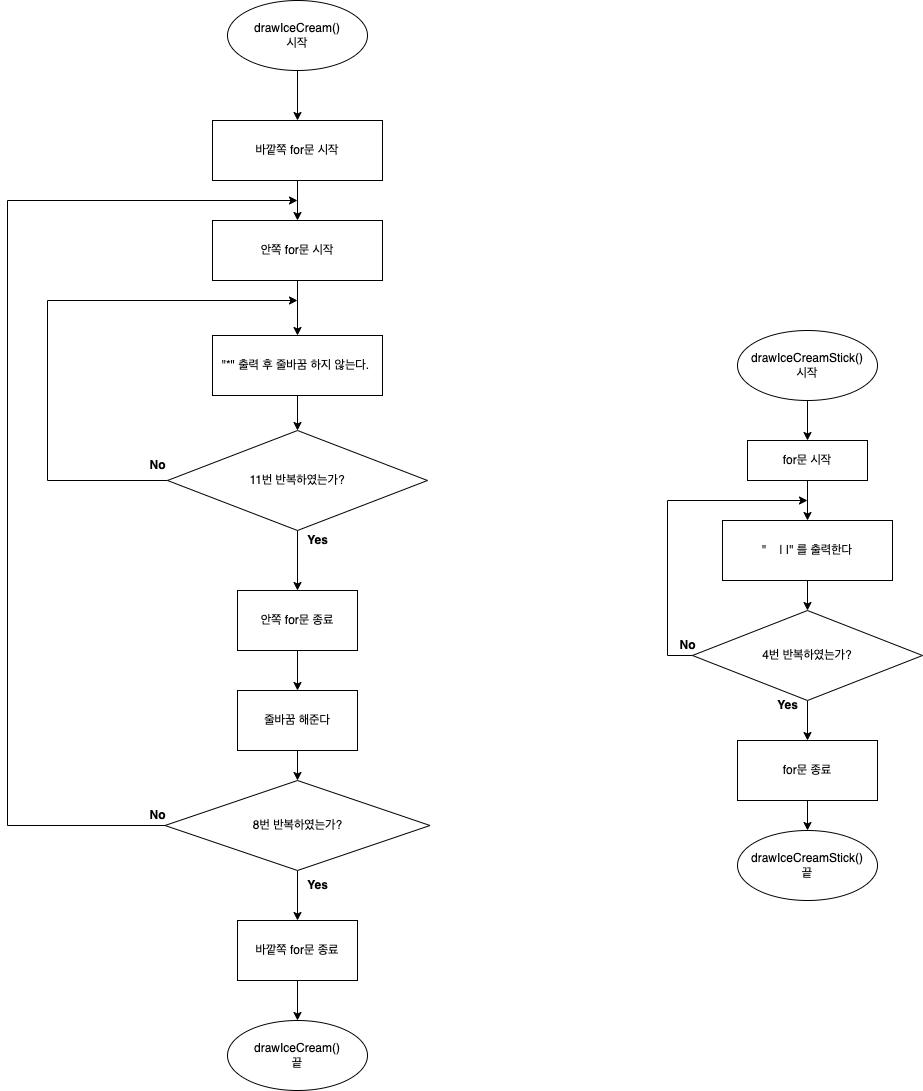
Earlier version of the draw.io export CodeStarterCamp_Week1/step2순서도.png (yagom-academy/swift-starter-Round1). Source tidied: cells renumbered, new cells last; positions are measured from the earlier drawing's top-left corner, leaving out a move shared by most shapes.
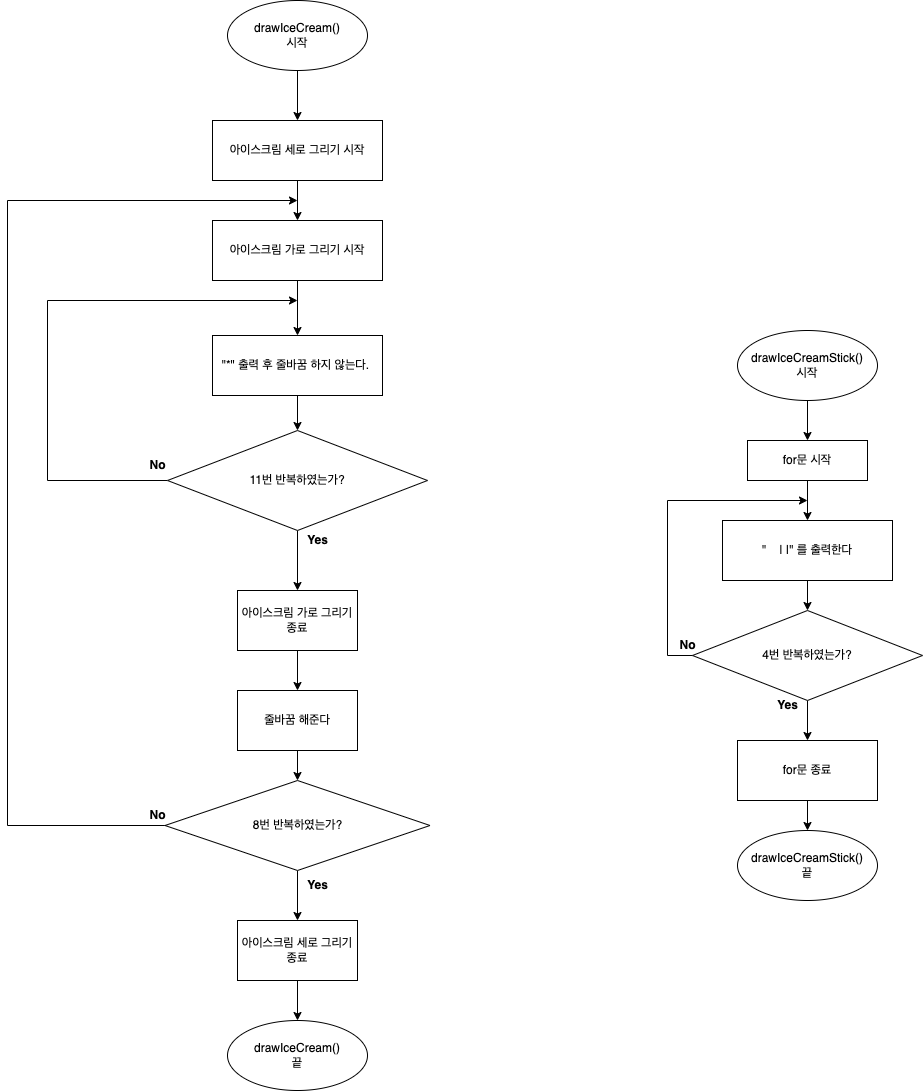
Above is the later version.

Commit message:
Step3, step2순서도 수정

The edit, as a diff of the source:
```diff
@@ -2,9 +2,9 @@
   <root>
     <mxCell id="0" />
     <mxCell id="1" parent="0" />
-    <mxCell id="2" style="edgeStyle=orthogonalEdgeStyle;rounded=0;jettySize=auto;html=1;exitX=0.5;exitY=1;exitDx=0;exitDy=0;entryX=0.5;entryY=0;entryDx=0;entryDy=0;" parent="1" edge="1" source="3" target="32">
-      <mxGeometry relative="1" as="geometry" />
-    </mxCell>
+    <mxCell id="41" style="edgeStyle=orthogonalEdgeStyle;rounded=0;jettySize=auto;html=1;exitX=0.5;exitY=1;exitDx=0;exitDy=0;entryX=0.5;entryY=0;entryDx=0;entryDy=0;" parent="1" edge="1" source="3" target="54">
+      <mxGeometry relative="1" as="geometry" />
+    </mxCell>
     <mxCell id="3" value="drawIceCream()&lt;br&gt;시작" style="ellipse;whiteSpace=wrap;html=1;" parent="1" vertex="1">
       <mxGeometry x="220" width="140" height="70" as="geometry" />
     </mxCell>
@@ -14,46 +14,46 @@
     <mxCell id="5" value="&quot;*&quot; 출력 후 줄바꿈 하지 않는다.&amp;nbsp;" style="whiteSpace=wrap;html=1;rounded=0;" parent="1" vertex="1">
       <mxGeometry x="205" y="335" width="170" height="60" as="geometry" />
     </mxCell>
-    <mxCell id="6" style="edgeStyle=orthogonalEdgeStyle;rounded=0;jettySize=auto;html=1;exitX=0;exitY=0.5;exitDx=0;exitDy=0;" parent="1" edge="1" source="8">
-      <mxGeometry relative="1" as="geometry">
-        <mxPoint x="290" y="300" as="targetPoint" />
-        <Array as="points">
-          <mxPoint x="40" y="480" />
-          <mxPoint x="40" y="300" />
-        </Array>
-      </mxGeometry>
-    </mxCell>
-    <mxCell id="7" style="edgeStyle=orthogonalEdgeStyle;rounded=0;jettySize=auto;html=1;entryX=0.5;entryY=0;entryDx=0;entryDy=0;" parent="1" edge="1" source="8" target="12">
-      <mxGeometry relative="1" as="geometry" />
-    </mxCell>
+    <mxCell id="42" style="edgeStyle=orthogonalEdgeStyle;rounded=0;jettySize=auto;html=1;exitX=0;exitY=0.5;exitDx=0;exitDy=0;" parent="1" edge="1" source="8">
+      <mxGeometry relative="1" as="geometry">
+        <mxPoint x="290" y="300" as="targetPoint" />
+        <Array as="points">
+          <mxPoint x="40" y="480" />
+          <mxPoint x="40" y="300" />
+        </Array>
+      </mxGeometry>
+    </mxCell>
+    <mxCell id="43" style="edgeStyle=orthogonalEdgeStyle;rounded=0;jettySize=auto;html=1;entryX=0.5;entryY=0;entryDx=0;entryDy=0;" parent="1" edge="1" source="8" target="47">
+      <mxGeometry relative="1" as="geometry" />
+    </mxCell>
     <mxCell id="8" value="11번 반복하였는가?" style="rhombus;whiteSpace=wrap;html=1;rounded=0;" parent="1" vertex="1">
       <mxGeometry x="160" y="430" width="260" height="100" as="geometry" />
     </mxCell>
-    <mxCell id="9" value="&lt;b&gt;No&lt;/b&gt;" style="text;html=1;align=center;verticalAlign=middle;strokeColor=none;fillColor=none;" parent="1" vertex="1">
-      <mxGeometry x="130" y="450" width="40" height="30" as="geometry" />
-    </mxCell>
-    <mxCell id="10" value="&lt;b&gt;Yes&lt;/b&gt;" style="text;html=1;align=center;verticalAlign=middle;strokeColor=none;fillColor=none;" parent="1" vertex="1">
-      <mxGeometry x="290" y="525" width="40" height="30" as="geometry" />
-    </mxCell>
-    <mxCell id="11" style="edgeStyle=orthogonalEdgeStyle;rounded=0;jettySize=auto;html=1;entryX=0.5;entryY=0;entryDx=0;entryDy=0;" parent="1" edge="1" source="12" target="36">
-      <mxGeometry relative="1" as="geometry" />
-    </mxCell>
-    <mxCell id="12" value="안쪽 for문 종료" style="whiteSpace=wrap;html=1;rounded=0;" parent="1" vertex="1">
-      <mxGeometry x="230" y="590" width="120" height="60" as="geometry" />
-    </mxCell>
-    <mxCell id="13" style="edgeStyle=orthogonalEdgeStyle;rounded=0;jettySize=auto;html=1;exitX=0;exitY=0.5;exitDx=0;exitDy=0;" parent="1" edge="1" source="15">
-      <mxGeometry relative="1" as="geometry">
-        <mxPoint x="290" y="200" as="targetPoint" />
-        <Array as="points">
-          <mxPoint y="825" />
-          <mxPoint y="200" />
-          <mxPoint x="290" y="200" />
-        </Array>
-      </mxGeometry>
-    </mxCell>
-    <mxCell id="14" style="edgeStyle=orthogonalEdgeStyle;rounded=0;jettySize=auto;html=1;entryX=0.5;entryY=0;entryDx=0;entryDy=0;" parent="1" edge="1" source="15" target="40">
-      <mxGeometry relative="1" as="geometry" />
-    </mxCell>
+    <mxCell id="44" value="&lt;b&gt;No&lt;/b&gt;" style="text;html=1;align=center;verticalAlign=middle;strokeColor=none;fillColor=none;" parent="1" vertex="1">
+      <mxGeometry x="130" y="450" width="40" height="30" as="geometry" />
+    </mxCell>
+    <mxCell id="45" value="&lt;b&gt;Yes&lt;/b&gt;" style="text;html=1;align=center;verticalAlign=middle;strokeColor=none;fillColor=none;" parent="1" vertex="1">
+      <mxGeometry x="290" y="525" width="40" height="30" as="geometry" />
+    </mxCell>
+    <mxCell id="46" style="edgeStyle=orthogonalEdgeStyle;rounded=0;jettySize=auto;html=1;entryX=0.5;entryY=0;entryDx=0;entryDy=0;" parent="1" edge="1" source="47" target="36">
+      <mxGeometry relative="1" as="geometry" />
+    </mxCell>
+    <mxCell id="47" value="아이스크림 가로 그리기 종료" style="whiteSpace=wrap;html=1;rounded=0;" parent="1" vertex="1">
+      <mxGeometry x="230" y="590" width="120" height="60" as="geometry" />
+    </mxCell>
+    <mxCell id="48" style="edgeStyle=orthogonalEdgeStyle;rounded=0;jettySize=auto;html=1;exitX=0;exitY=0.5;exitDx=0;exitDy=0;" parent="1" edge="1" source="15">
+      <mxGeometry relative="1" as="geometry">
+        <mxPoint x="290" y="200" as="targetPoint" />
+        <Array as="points">
+          <mxPoint y="825" />
+          <mxPoint y="200" />
+          <mxPoint x="290" y="200" />
+        </Array>
+      </mxGeometry>
+    </mxCell>
+    <mxCell id="49" style="edgeStyle=orthogonalEdgeStyle;rounded=0;jettySize=auto;html=1;entryX=0.5;entryY=0;entryDx=0;entryDy=0;" parent="1" edge="1" source="15" target="60">
+      <mxGeometry relative="1" as="geometry" />
+    </mxCell>
     <mxCell id="15" value="8번 반복하였는가?" style="rhombus;whiteSpace=wrap;html=1;rounded=0;" parent="1" vertex="1">
       <mxGeometry x="157.5" y="780" width="265" height="90" as="geometry" />
     </mxCell>
@@ -84,59 +84,59 @@
     <mxCell id="24" value="4번 반복하였는가?" style="rhombus;whiteSpace=wrap;html=1;rounded=0;" parent="1" vertex="1">
       <mxGeometry x="685" y="610" width="230" height="90" as="geometry" />
     </mxCell>
-    <mxCell id="25" style="edgeStyle=orthogonalEdgeStyle;rounded=0;jettySize=auto;html=1;strokeColor=default;fontFamily=Helvetica;endArrow=classic;endFill=1;exitX=0;exitY=0.5;exitDx=0;exitDy=0;" parent="1" edge="1" source="24">
-      <mxGeometry relative="1" as="geometry">
-        <mxPoint x="800" y="500" as="targetPoint" />
-        <Array as="points">
-          <mxPoint x="660" y="655" />
-          <mxPoint x="660" y="500" />
-        </Array>
-      </mxGeometry>
-    </mxCell>
+    <mxCell id="50" style="edgeStyle=orthogonalEdgeStyle;rounded=0;jettySize=auto;html=1;strokeColor=default;fontFamily=Helvetica;endArrow=classic;endFill=1;exitX=0;exitY=0.5;exitDx=0;exitDy=0;" parent="1" edge="1" source="24">
+      <mxGeometry relative="1" as="geometry">
+        <mxPoint x="800" y="500" as="targetPoint" />
+        <Array as="points">
+          <mxPoint x="660" y="655" />
+          <mxPoint x="660" y="500" />
+        </Array>
+      </mxGeometry>
+    </mxCell>
     <mxCell id="26" style="edgeStyle=orthogonalEdgeStyle;rounded=0;jettySize=auto;html=1;" parent="1" edge="1" source="27" target="29">
       <mxGeometry relative="1" as="geometry" />
     </mxCell>
     <mxCell id="27" value="for문 종료" style="whiteSpace=wrap;html=1;rounded=0;" parent="1" vertex="1">
       <mxGeometry x="730" y="740" width="140" height="60" as="geometry" />
     </mxCell>
-    <mxCell id="28" value="&lt;b&gt;Yes&lt;/b&gt;" style="text;html=1;align=center;verticalAlign=middle;strokeColor=none;fillColor=none;" parent="1" vertex="1">
-      <mxGeometry x="760" y="690" width="40" height="30" as="geometry" />
-    </mxCell>
+    <mxCell id="51" value="&lt;b&gt;Yes&lt;/b&gt;" style="text;html=1;align=center;verticalAlign=middle;strokeColor=none;fillColor=none;" parent="1" vertex="1">
+      <mxGeometry x="760" y="690" width="40" height="30" as="geometry" />
+    </mxCell>
     <mxCell id="29" value="drawIceCreamStick()&lt;br&gt;끝" style="ellipse;whiteSpace=wrap;html=1;" parent="1" vertex="1">
       <mxGeometry x="730" y="830" width="140" height="70" as="geometry" />
     </mxCell>
-    <mxCell id="30" value="&lt;b&gt;No&lt;/b&gt;" style="text;html=1;align=center;verticalAlign=middle;strokeColor=none;fillColor=none;" parent="1" vertex="1">
-      <mxGeometry x="660" y="630" width="40" height="30" as="geometry" />
-    </mxCell>
-    <mxCell id="31" style="edgeStyle=orthogonalEdgeStyle;rounded=0;jettySize=auto;html=1;" parent="1" edge="1" source="32" target="34">
-      <mxGeometry relative="1" as="geometry" />
-    </mxCell>
-    <mxCell id="32" value="바깥쪽 for문 시작" style="whiteSpace=wrap;html=1;rounded=0;" parent="1" vertex="1">
-      <mxGeometry x="205" y="120" width="170" height="60" as="geometry" />
-    </mxCell>
-    <mxCell id="33" style="edgeStyle=orthogonalEdgeStyle;rounded=0;jettySize=auto;html=1;" parent="1" edge="1" source="34" target="5">
-      <mxGeometry relative="1" as="geometry" />
-    </mxCell>
-    <mxCell id="34" value="안쪽 for문 시작" style="whiteSpace=wrap;html=1;rounded=0;" parent="1" vertex="1">
-      <mxGeometry x="205" y="220" width="170" height="60" as="geometry" />
-    </mxCell>
+    <mxCell id="52" value="&lt;b&gt;No&lt;/b&gt;" style="text;html=1;align=center;verticalAlign=middle;strokeColor=none;fillColor=none;" parent="1" vertex="1">
+      <mxGeometry x="660" y="630" width="40" height="30" as="geometry" />
+    </mxCell>
+    <mxCell id="53" style="edgeStyle=orthogonalEdgeStyle;rounded=0;jettySize=auto;html=1;" parent="1" edge="1" source="54" target="56">
+      <mxGeometry relative="1" as="geometry" />
+    </mxCell>
+    <mxCell id="54" value="아이스크림 세로 그리기 시작" style="whiteSpace=wrap;html=1;rounded=0;" parent="1" vertex="1">
+      <mxGeometry x="205" y="120" width="170" height="60" as="geometry" />
+    </mxCell>
+    <mxCell id="55" style="edgeStyle=orthogonalEdgeStyle;rounded=0;jettySize=auto;html=1;" parent="1" edge="1" source="56" target="5">
+      <mxGeometry relative="1" as="geometry" />
+    </mxCell>
+    <mxCell id="56" value="아이스크림 가로 그리기 시작" style="whiteSpace=wrap;html=1;rounded=0;" parent="1" vertex="1">
+      <mxGeometry x="205" y="220" width="170" height="60" as="geometry" />
+    </mxCell>
     <mxCell id="35" style="edgeStyle=orthogonalEdgeStyle;rounded=0;jettySize=auto;html=1;" parent="1" edge="1" source="36" target="15">
       <mxGeometry relative="1" as="geometry" />
     </mxCell>
     <mxCell id="36" value="줄바꿈 해준다" style="whiteSpace=wrap;html=1;rounded=0;" parent="1" vertex="1">
       <mxGeometry x="230" y="690" width="120" height="60" as="geometry" />
     </mxCell>
-    <mxCell id="37" value="&lt;b&gt;No&lt;/b&gt;" style="text;html=1;align=center;verticalAlign=middle;strokeColor=none;fillColor=none;" parent="1" vertex="1">
-      <mxGeometry x="130" y="800" width="40" height="30" as="geometry" />
-    </mxCell>
-    <mxCell id="38" value="&lt;b&gt;Yes&lt;/b&gt;" style="text;html=1;align=center;verticalAlign=middle;strokeColor=none;fillColor=none;" parent="1" vertex="1">
-      <mxGeometry x="290" y="870" width="40" height="30" as="geometry" />
-    </mxCell>
-    <mxCell id="39" style="edgeStyle=orthogonalEdgeStyle;rounded=0;jettySize=auto;html=1;" parent="1" edge="1" source="40" target="16">
-      <mxGeometry relative="1" as="geometry" />
-    </mxCell>
-    <mxCell id="40" value="바깥쪽 for문 종료" style="whiteSpace=wrap;html=1;rounded=0;" parent="1" vertex="1">
-      <mxGeometry x="230" y="920" width="120" height="60" as="geometry" />
-    </mxCell>
+    <mxCell id="57" value="&lt;b&gt;No&lt;/b&gt;" style="text;html=1;align=center;verticalAlign=middle;strokeColor=none;fillColor=none;" parent="1" vertex="1">
+      <mxGeometry x="130" y="800" width="40" height="30" as="geometry" />
+    </mxCell>
+    <mxCell id="58" value="&lt;b&gt;Yes&lt;/b&gt;" style="text;html=1;align=center;verticalAlign=middle;strokeColor=none;fillColor=none;" parent="1" vertex="1">
+      <mxGeometry x="290" y="870" width="40" height="30" as="geometry" />
+    </mxCell>
+    <mxCell id="59" style="edgeStyle=orthogonalEdgeStyle;rounded=0;jettySize=auto;html=1;" parent="1" edge="1" source="60" target="16">
+      <mxGeometry relative="1" as="geometry" />
+    </mxCell>
+    <mxCell id="60" value="아이스크림 세로 그리기 종료" style="whiteSpace=wrap;html=1;rounded=0;" parent="1" vertex="1">
+      <mxGeometry x="230" y="920" width="120" height="60" as="geometry" />
+    </mxCell>
   </root>
 </mxGraphModel>
```
